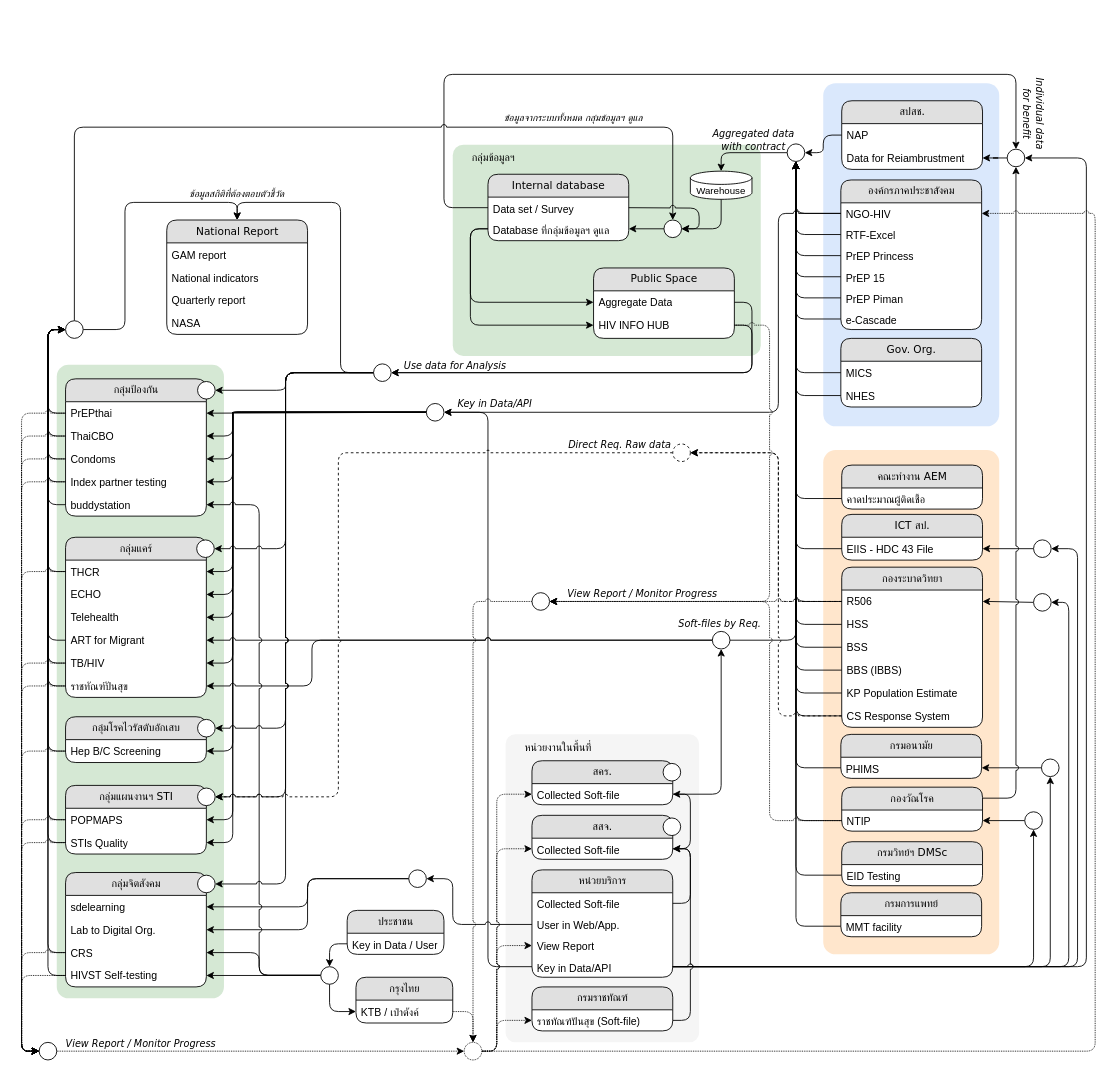
Above: page "V2" (2 of 4) of DataSourceOVW.drawio in anun311/regist (draw.io), before the change. Source tidied: cells renumbered, new cells numbered last; positions are measured from the earlier drawing's top-left corner, leaving out a move shared by most shapes. Both pictures are drawn from the tidied source at 88%, with x=0, y=0 at pixel (39, 74).
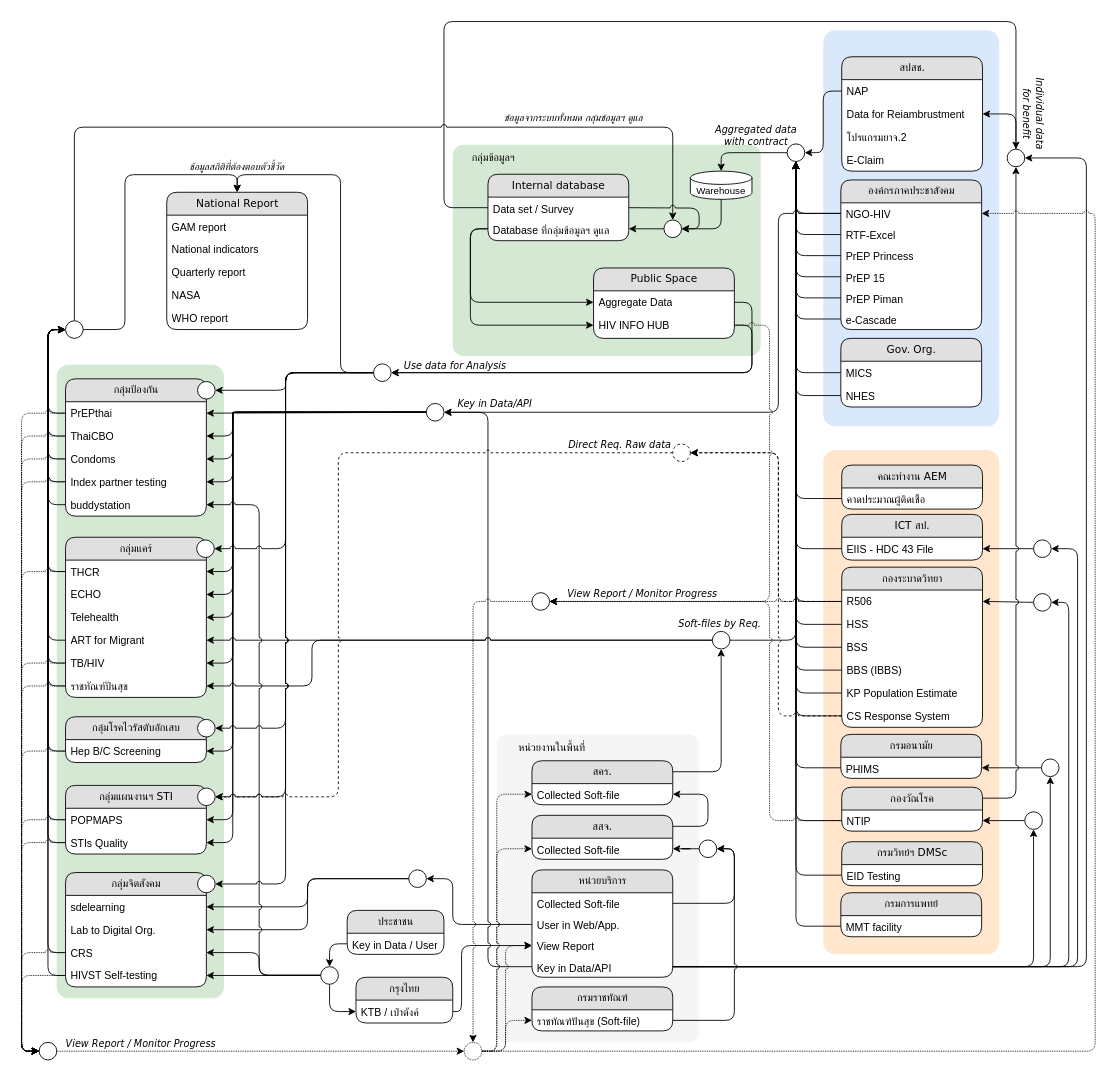
Above is the later version.

The change refers to these unchanged cells:
```xml
<mxCell id="37" value="Collected Soft-file" style="text;html=1;strokeColor=none;fillColor=none;spacingLeft=4;spacingRight=4;whiteSpace=wrap;overflow=hidden;points=[[0,0.5],[1,0.5]];portConstraint=eastwest;" parent="36" vertex="1">
  <mxGeometry y="26" width="160" height="24" as="geometry" />
</mxCell>
<mxCell id="38" value="User in Web/App." style="text;html=1;strokeColor=none;fillColor=none;spacingLeft=4;spacingRight=4;whiteSpace=wrap;overflow=hidden;points=[[0,0.5],[1,0.5]];portConstraint=eastwest;" parent="36" vertex="1">
  <mxGeometry y="50" width="160" height="24" as="geometry" />
</mxCell>
<mxCell id="39" value="View Report" style="text;html=1;strokeColor=none;fillColor=none;spacingLeft=4;spacingRight=4;whiteSpace=wrap;overflow=hidden;points=[[0,0.5],[1,0.5]];portConstraint=eastwest;" parent="36" vertex="1">
  <mxGeometry y="74" width="160" height="24" as="geometry" />
</mxCell>
<mxCell id="40" value="Key in Data/API" style="text;html=1;strokeColor=none;fillColor=none;spacingLeft=4;spacingRight=4;whiteSpace=wrap;overflow=hidden;points=[[0,0.5],[1,0.5]];portConstraint=eastwest;" parent="36" vertex="1">
  <mxGeometry y="98" width="160" height="24" as="geometry" />
</mxCell>
<mxCell id="46" value="Data set / Survey" style="text;html=1;strokeColor=none;fillColor=none;spacingLeft=4;spacingRight=4;whiteSpace=wrap;overflow=hidden;points=[[0,0.5],[1,0.5]];portConstraint=eastwest;" parent="45" vertex="1">
  <mxGeometry y="26" width="160" height="24" as="geometry" />
</mxCell>
<mxCell id="81" style="ellipse;whiteSpace=wrap;html=1;fontFamily=Helvetica;fontSize=11;fontColor=default;" parent="1" vertex="1">
  <mxGeometry x="1100" y="85" width="20" height="20" as="geometry" />
</mxCell>
<mxCell id="83" value="สคร." style="swimlane;html=1;fontStyle=0;horizontal=1;startSize=26;fillColor=#e0e0e0;swimlaneFillColor=#ffffff;align=center;rounded=1;shadow=0;comic=0;labelBackgroundColor=none;strokeWidth=1;fontFamily=Verdana;fontSize=12;" parent="1" vertex="1">
  <mxGeometry x="560" y="780" width="160" height="50" as="geometry" />
</mxCell>
<mxCell id="84" value="Collected Soft-file" style="text;html=1;strokeColor=none;fillColor=none;spacingLeft=4;spacingRight=4;whiteSpace=wrap;overflow=hidden;points=[[0,0.5],[1,0.5]];portConstraint=eastwest;" parent="83" vertex="1">
  <mxGeometry y="26" width="160" height="24" as="geometry" />
</mxCell>
<mxCell id="85" value="สสจ." style="swimlane;html=1;fontStyle=0;horizontal=1;startSize=26;fillColor=#e0e0e0;swimlaneFillColor=#ffffff;align=center;rounded=1;shadow=0;comic=0;labelBackgroundColor=none;strokeWidth=1;fontFamily=Verdana;fontSize=12;" parent="1" vertex="1">
  <mxGeometry x="560" y="842" width="160" height="50" as="geometry" />
</mxCell>
<mxCell id="86" value="Collected Soft-file" style="text;html=1;strokeColor=none;fillColor=none;spacingLeft=4;spacingRight=4;whiteSpace=wrap;overflow=hidden;points=[[0,0.5],[1,0.5]];portConstraint=eastwest;" parent="85" vertex="1">
  <mxGeometry y="26" width="160" height="24" as="geometry" />
</mxCell>
<mxCell id="93" style="ellipse;whiteSpace=wrap;html=1;fontFamily=Helvetica;fontSize=11;fontColor=default;" parent="1" vertex="1">
  <mxGeometry x="1130" y="590" width="20" height="20" as="geometry" />
</mxCell>
<mxCell id="133" style="ellipse;whiteSpace=wrap;html=1;fontFamily=Helvetica;fontSize=11;fontColor=default;" parent="1" vertex="1">
  <mxGeometry x="420" y="904" width="20" height="20" as="geometry" />
</mxCell>
<mxCell id="148" value="ราชทัณฑ์ปันสุข (Soft-file)" style="text;html=1;strokeColor=none;fillColor=none;spacingLeft=4;spacingRight=4;whiteSpace=wrap;overflow=hidden;points=[[0,0.5],[1,0.5]];portConstraint=eastwest;" parent="147" vertex="1">
  <mxGeometry y="26" width="160" height="24" as="geometry" />
</mxCell>
<mxCell id="163" value="KTB / เป๋าตังค์" style="text;html=1;strokeColor=none;fillColor=none;spacingLeft=4;spacingRight=4;whiteSpace=wrap;overflow=hidden;points=[[0,0.5],[1,0.5]];portConstraint=eastwest;" parent="162" vertex="1">
  <mxGeometry y="26" width="110" height="26" as="geometry" />
</mxCell>
<mxCell id="202" style="ellipse;whiteSpace=wrap;html=1;fontFamily=Helvetica;fontSize=11;fontColor=default;" parent="1" vertex="1">
  <mxGeometry x="765" y="633" width="20" height="20" as="geometry" />
</mxCell>
<mxCell id="217" style="ellipse;whiteSpace=wrap;html=1;fontFamily=Helvetica;fontSize=11;fontColor=default;dashed=1;dashPattern=1 1;" parent="1" vertex="1">
  <mxGeometry x="483" y="1100" width="20" height="20" as="geometry" />
</mxCell>
```

Diff of the diagram source:
```diff
@@
+    <mxCell id="5" style="rounded=1;whiteSpace=wrap;html=1;fontFamily=Helvetica;fontSize=11;arcSize=5;fillColor=#f5f5f5;strokeColor=none;fontColor=#333333;" parent="1" vertex="1">
+      <mxGeometry x="520" y="750" width="230" height="350" as="geometry" />
+    </mxCell>
+    <mxCell id="226" style="edgeStyle=orthogonalEdgeStyle;shape=connector;rounded=1;jumpStyle=arc;jettySize=auto;html=1;entryX=0;entryY=0.5;entryDx=0;entryDy=0;labelBackgroundColor=default;strokeColor=#000000;align=center;verticalAlign=middle;fontFamily=Helvetica;fontSize=11;fontColor=default;endArrow=classic;" parent="1" edge="1" source="163" target="39">
+      <mxGeometry relative="1" as="geometry">
+        <Array as="points">
+          <mxPoint x="480" y="1065" />
+          <mxPoint x="480" y="990" />
+        </Array>
+      </mxGeometry>
+    </mxCell>
+    <mxCell id="153" style="edgeStyle=orthogonalEdgeStyle;shape=connector;rounded=1;jumpStyle=arc;jettySize=auto;html=1;labelBackgroundColor=default;strokeColor=default;align=center;verticalAlign=middle;fontFamily=Helvetica;fontSize=11;fontColor=default;endArrow=classic;entryX=1;entryY=0.5;entryDx=0;entryDy=0;" parent="1" edge="1" source="38" target="133">
+      <mxGeometry relative="1" as="geometry">
+        <Array as="points">
+          <mxPoint x="470" y="966" />
+          <mxPoint x="470" y="914" />
+        </Array>
+      </mxGeometry>
+    </mxCell>
@@
-    <mxCell id="5" style="rounded=1;whiteSpace=wrap;html=1;fontFamily=Helvetica;fontSize=11;arcSize=5;fillColor=#f5f5f5;strokeColor=none;fontColor=#333333;" parent="1" vertex="1">
-      <mxGeometry x="530" y="750" width="220" height="350" as="geometry" />
-    </mxCell>
     <mxCell id="6" style="rounded=1;whiteSpace=wrap;html=1;fontFamily=Helvetica;fontSize=11;arcSize=7;fillColor=#dae8fc;strokeColor=none;" parent="1" vertex="1">
-      <mxGeometry x="891" y="10" width="200" height="390" as="geometry" />
+      <mxGeometry x="891" y="-50" width="200" height="450" as="geometry" />
     </mxCell>
     <mxCell id="7" value="&lt;div&gt;สปสช.&lt;/div&gt;" style="swimlane;html=1;fontStyle=0;horizontal=1;startSize=26;fillColor=#e0e0e0;swimlaneFillColor=#ffffff;align=center;rounded=1;shadow=0;comic=0;labelBackgroundColor=none;strokeWidth=1;fontFamily=Verdana;fontSize=12;" parent="1" vertex="1">
-      <mxGeometry x="912" y="30" width="160" height="78" as="geometry" />
+      <mxGeometry x="912" y="-20" width="160" height="130" as="geometry" />
     </mxCell>
@@
+    <mxCell id="242" value="โปรแกรมยาจ.2" style="text;html=1;strokeColor=none;fillColor=none;spacingLeft=4;spacingRight=4;whiteSpace=wrap;overflow=hidden;" parent="7" vertex="1">
+      <mxGeometry y="78" width="160" height="26" as="geometry" />
+    </mxCell>
+    <mxCell id="243" value="E-Claim" style="text;html=1;strokeColor=none;fillColor=none;spacingLeft=4;spacingRight=4;whiteSpace=wrap;overflow=hidden;" parent="7" vertex="1">
+      <mxGeometry y="104" width="160" height="26" as="geometry" />
+    </mxCell>
@@
     <mxCell id="54" value="Aggregated data&lt;br&gt;with contract" style="text;html=1;strokeColor=none;fillColor=none;align=center;verticalAlign=middle;whiteSpace=wrap;rounded=0;fontSize=11;fontFamily=Verdana;fontColor=default;fontStyle=2;" parent="1" vertex="1">
-      <mxGeometry x="757" y="60" width="110" height="30" as="geometry" />
+      <mxGeometry x="760" y="55" width="110" height="30" as="geometry" />
     </mxCell>
@@
-    <mxCell id="87" style="shape=connector;rounded=1;jumpStyle=arc;jettySize=auto;html=1;labelBackgroundColor=default;strokeColor=default;align=center;verticalAlign=middle;fontFamily=Helvetica;fontSize=11;fontColor=default;endArrow=classic;entryX=1;entryY=0.5;entryDx=0;entryDy=0;exitX=1;exitY=0.5;exitDx=0;exitDy=0;edgeStyle=orthogonalEdgeStyle;" parent="1" edge="1" source="37" target="86">
+    <mxCell id="87" style="shape=connector;rounded=1;jumpStyle=arc;jettySize=auto;html=1;labelBackgroundColor=default;strokeColor=default;align=center;verticalAlign=middle;fontFamily=Helvetica;fontSize=11;fontColor=default;endArrow=classic;entryX=1;entryY=0.5;entryDx=0;entryDy=0;exitX=1;exitY=0.5;exitDx=0;exitDy=0;edgeStyle=orthogonalEdgeStyle;" parent="1" edge="1" source="37" target="235">
       <mxGeometry relative="1" as="geometry" />
     </mxCell>
-    <mxCell id="88" style="edgeStyle=orthogonalEdgeStyle;shape=connector;rounded=1;jumpStyle=arc;jettySize=auto;html=1;labelBackgroundColor=default;strokeColor=default;align=center;verticalAlign=middle;fontFamily=Helvetica;fontSize=11;fontColor=default;endArrow=classic;exitX=1;exitY=0.5;exitDx=0;exitDy=0;entryX=1;entryY=0.5;entryDx=0;entryDy=0;" parent="1" edge="1" source="86" target="84">
-      <mxGeometry relative="1" as="geometry" />
+    <mxCell id="88" style="edgeStyle=orthogonalEdgeStyle;shape=connector;rounded=1;jumpStyle=arc;jettySize=auto;html=1;labelBackgroundColor=default;strokeColor=default;align=center;verticalAlign=middle;fontFamily=Helvetica;fontSize=11;fontColor=default;endArrow=classic;exitX=1;exitY=0.25;exitDx=0;exitDy=0;entryX=1;entryY=0.5;entryDx=0;entryDy=0;" parent="1" edge="1" source="85" target="84">
+      <mxGeometry relative="1" as="geometry">
+        <Array as="points">
+          <mxPoint x="760" y="854" />
+          <mxPoint x="760" y="818" />
+        </Array>
+      </mxGeometry>
     </mxCell>
@@
-    <mxCell id="100" style="edgeStyle=orthogonalEdgeStyle;shape=connector;rounded=1;jumpStyle=none;jettySize=auto;html=1;labelBackgroundColor=default;strokeColor=default;align=center;verticalAlign=middle;fontFamily=Helvetica;fontSize=11;fontColor=default;endArrow=classic;entryX=1;entryY=0.5;entryDx=0;entryDy=0;" parent="1" edge="1" source="40" target="93">
+    <mxCell id="100" style="edgeStyle=orthogonalEdgeStyle;shape=connector;rounded=1;jumpStyle=arc;jettySize=auto;html=1;labelBackgroundColor=default;strokeColor=default;align=center;verticalAlign=middle;fontFamily=Helvetica;fontSize=11;fontColor=default;endArrow=classic;entryX=1;entryY=0.5;entryDx=0;entryDy=0;" parent="1" edge="1" source="40" target="93">
       <mxGeometry relative="1" as="geometry">
         <Array as="points">
           <mxPoint x="1170" y="1014" />
           <mxPoint x="1170" y="600" />
         </Array>
       </mxGeometry>
     </mxCell>
     <mxCell id="101" value="หน่วยงานในพื้นที่" style="text;html=1;strokeColor=none;fillColor=none;align=left;verticalAlign=middle;whiteSpace=wrap;rounded=0;fontSize=12;fontFamily=Verdana;fontColor=default;fontStyle=0;" parent="1" vertex="1">
-      <mxGeometry x="550" y="750" width="110" height="30" as="geometry" />
+      <mxGeometry x="543" y="750" width="110" height="30" as="geometry" />
     </mxCell>
     <mxCell id="102" value="National Report" style="swimlane;html=1;fontStyle=0;horizontal=1;startSize=26;fillColor=#e0e0e0;swimlaneFillColor=#ffffff;align=center;rounded=1;shadow=0;comic=0;labelBackgroundColor=none;strokeWidth=1;fontFamily=Verdana;fontSize=12;" parent="1" vertex="1">
-      <mxGeometry x="145" y="165.5" width="160" height="130" as="geometry" />
+      <mxGeometry x="145" y="134" width="160" height="156" as="geometry" />
     </mxCell>
@@
+    <mxCell id="244" value="WHO report" style="text;html=1;strokeColor=none;fillColor=none;spacingLeft=4;spacingRight=4;whiteSpace=wrap;overflow=hidden;" parent="102" vertex="1">
+      <mxGeometry y="130" width="160" height="26" as="geometry" />
+    </mxCell>
@@
-    <mxCell id="149" style="edgeStyle=orthogonalEdgeStyle;shape=connector;rounded=1;jumpStyle=arc;jettySize=auto;html=1;exitX=1;exitY=0.5;exitDx=0;exitDy=0;entryX=1;entryY=0.5;entryDx=0;entryDy=0;labelBackgroundColor=default;strokeColor=default;align=center;verticalAlign=middle;fontFamily=Helvetica;fontSize=11;fontColor=default;endArrow=classic;" parent="1" edge="1" source="148" target="86">
-      <mxGeometry relative="1" as="geometry" />
-    </mxCell>
     <mxCell id="150" style="shape=connector;rounded=1;jumpStyle=arc;jettySize=auto;html=1;entryX=0.5;entryY=0;entryDx=0;entryDy=0;labelBackgroundColor=default;strokeColor=default;align=center;verticalAlign=middle;fontFamily=Helvetica;fontSize=11;fontColor=default;endArrow=classic;exitX=0;exitY=0.5;exitDx=0;exitDy=0;edgeStyle=orthogonalEdgeStyle;" parent="1" edge="1" source="46" target="81">
       <mxGeometry relative="1" as="geometry">
         <Array as="points">
           <mxPoint x="460" y="152" />
-          <mxPoint x="460" />
-          <mxPoint x="1110" />
+          <mxPoint x="460" y="-60" />
+          <mxPoint x="1110" y="-60" />
         </Array>
       </mxGeometry>
     </mxCell>
@@
-    <mxCell id="153" style="edgeStyle=orthogonalEdgeStyle;shape=connector;rounded=1;jumpStyle=arc;jettySize=auto;html=1;labelBackgroundColor=default;strokeColor=default;align=center;verticalAlign=middle;fontFamily=Helvetica;fontSize=11;fontColor=default;endArrow=classic;entryX=1;entryY=0.5;entryDx=0;entryDy=0;" parent="1" edge="1" source="38" target="133">
-      <mxGeometry relative="1" as="geometry">
-        <Array as="points">
-          <mxPoint x="470" y="966" />
-          <mxPoint x="470" y="914" />
-        </Array>
-      </mxGeometry>
-    </mxCell>
@@
-    <mxCell id="203" style="edgeStyle=orthogonalEdgeStyle;shape=connector;rounded=1;jumpStyle=arc;jettySize=auto;html=1;entryX=0.5;entryY=1;entryDx=0;entryDy=0;labelBackgroundColor=default;strokeColor=default;align=center;verticalAlign=middle;fontFamily=Helvetica;fontSize=11;fontColor=default;endArrow=classic;" parent="1" edge="1" source="84" target="202">
+    <mxCell id="203" style="edgeStyle=orthogonalEdgeStyle;shape=connector;rounded=1;jumpStyle=arc;jettySize=auto;html=1;entryX=0.5;entryY=1;entryDx=0;entryDy=0;labelBackgroundColor=default;strokeColor=default;align=center;verticalAlign=middle;fontFamily=Helvetica;fontSize=11;fontColor=default;endArrow=classic;exitX=1;exitY=0.25;exitDx=0;exitDy=0;" parent="1" edge="1" source="83" target="202">
       <mxGeometry relative="1" as="geometry" />
     </mxCell>
@@
     <mxCell id="212" style="edgeStyle=orthogonalEdgeStyle;shape=connector;rounded=1;jumpStyle=arc;jettySize=auto;html=1;exitX=1;exitY=0.5;exitDx=0;exitDy=0;entryX=0;entryY=0.5;entryDx=0;entryDy=0;dashed=1;dashPattern=1 1;labelBackgroundColor=default;strokeColor=default;align=center;verticalAlign=middle;fontFamily=Helvetica;fontSize=11;fontColor=default;endArrow=classic;" parent="1" edge="1" source="217" target="148">
       <mxGeometry relative="1" as="geometry">
         <Array as="points">
-          <mxPoint x="520" y="1110" />
-          <mxPoint x="520" y="1075" />
+          <mxPoint x="530" y="1110" />
+          <mxPoint x="530" y="1075" />
         </Array>
       </mxGeometry>
     </mxCell>
     <mxCell id="213" style="edgeStyle=orthogonalEdgeStyle;shape=connector;rounded=1;jumpStyle=arc;jettySize=auto;html=1;entryX=0;entryY=0.5;entryDx=0;entryDy=0;dashed=1;dashPattern=1 1;labelBackgroundColor=default;strokeColor=default;align=center;verticalAlign=middle;fontFamily=Helvetica;fontSize=11;fontColor=default;endArrow=classic;exitX=1;exitY=0.5;exitDx=0;exitDy=0;" parent="1" edge="1" source="217" target="39">
       <mxGeometry relative="1" as="geometry">
         <Array as="points">
-          <mxPoint x="520" y="1110" />
-          <mxPoint x="520" y="990" />
+          <mxPoint x="530" y="1110" />
+          <mxPoint x="530" y="990" />
         </Array>
       </mxGeometry>
     </mxCell>
@@
-    <mxCell id="226" style="edgeStyle=orthogonalEdgeStyle;shape=connector;rounded=1;jumpStyle=arc;jettySize=auto;html=1;entryX=0.5;entryY=0;entryDx=0;entryDy=0;dashed=1;dashPattern=1 1;labelBackgroundColor=default;strokeColor=default;align=center;verticalAlign=middle;fontFamily=Helvetica;fontSize=11;fontColor=default;endArrow=classic;" parent="1" edge="1" source="163" target="217">
-      <mxGeometry relative="1" as="geometry" />
-    </mxCell>
@@
     <mxCell id="233" value="ข้อมูลสถิติที่ต้องตอบตัวชี้วัด" style="text;html=1;strokeColor=none;fillColor=none;align=center;verticalAlign=middle;whiteSpace=wrap;rounded=0;fontSize=11;fontFamily=Verdana;fontColor=default;fontStyle=2;" parent="1" vertex="1">
-      <mxGeometry x="160" y="121" width="130" height="30" as="geometry" />
+      <mxGeometry x="160" y="90" width="130" height="30" as="geometry" />
     </mxCell>
-    <mxCell id="234" style="ellipse;whiteSpace=wrap;html=1;fontFamily=Helvetica;fontSize=11;fontColor=default;" parent="1" vertex="1">
-      <mxGeometry x="709" y="783" width="20" height="20" as="geometry" />
-    </mxCell>
+    <mxCell id="245" style="edgeStyle=orthogonalEdgeStyle;rounded=0;jettySize=auto;html=1;entryX=1;entryY=0.5;entryDx=0;entryDy=0;" parent="1" edge="1" source="235" target="86">
+      <mxGeometry relative="1" as="geometry" />
+    </mxCell>
     <mxCell id="235" style="ellipse;whiteSpace=wrap;html=1;fontFamily=Helvetica;fontSize=11;fontColor=default;" parent="1" vertex="1">
-      <mxGeometry x="709" y="845" width="20" height="20" as="geometry" />
+      <mxGeometry x="750" y="870" width="20" height="20" as="geometry" />
     </mxCell>
@@
+    <mxCell id="149" style="edgeStyle=orthogonalEdgeStyle;shape=connector;rounded=1;jumpStyle=arc;jettySize=auto;html=1;exitX=1;exitY=0.5;exitDx=0;exitDy=0;entryX=1;entryY=0.5;entryDx=0;entryDy=0;labelBackgroundColor=default;strokeColor=default;align=center;verticalAlign=middle;fontFamily=Helvetica;fontSize=11;fontColor=default;endArrow=classic;" parent="1" edge="1" source="148" target="235">
+      <mxGeometry relative="1" as="geometry" />
+    </mxCell>
```
